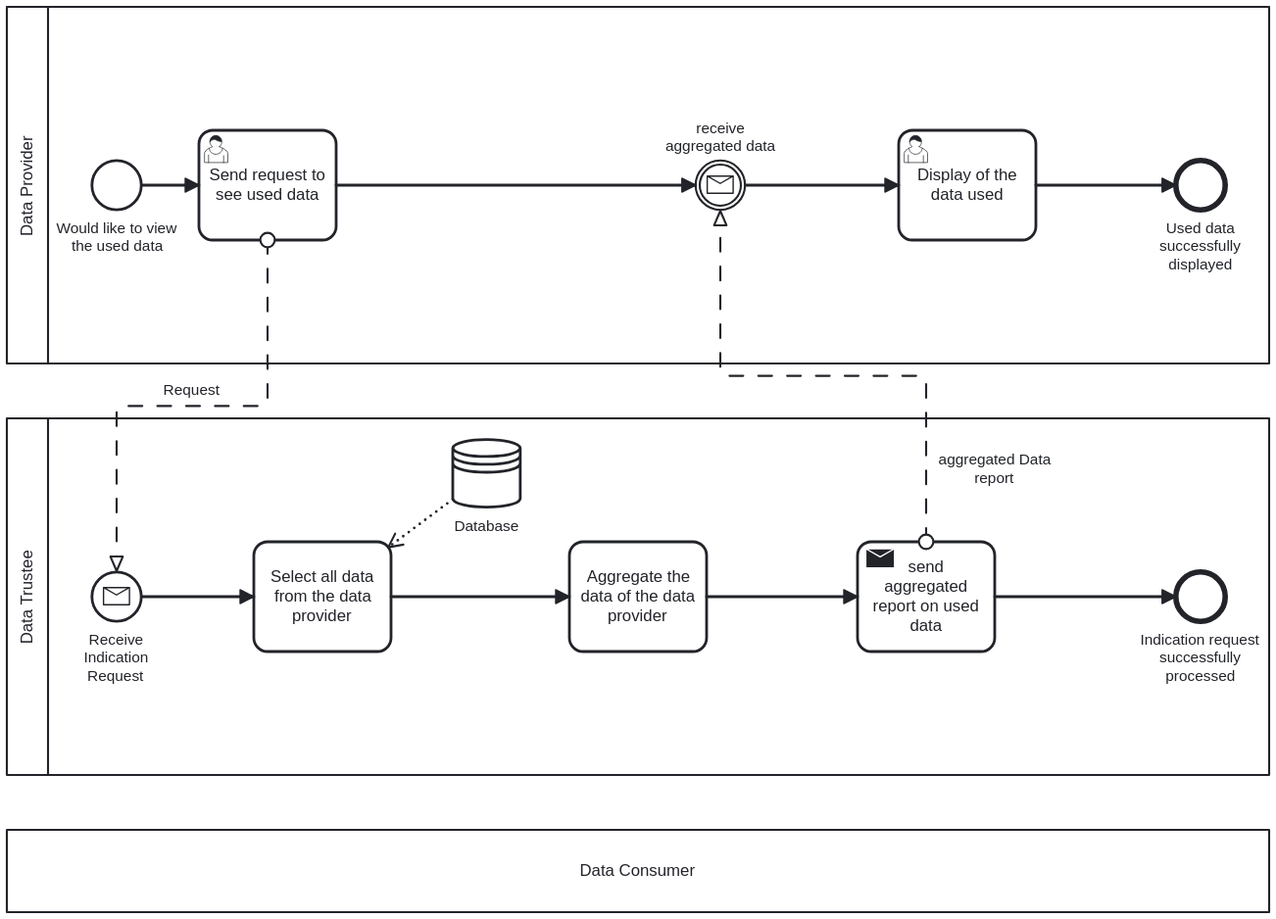
Above: Data Access Transparency/Aggregated_Data_Audit.svg in sacdevops/Process-Patterns-for-Data-Trustees (BPMN), before the change. Its source is kept beside it as Data Access Transparency/Aggregated_Data_Audit.bpmn. Ids are renumbered.
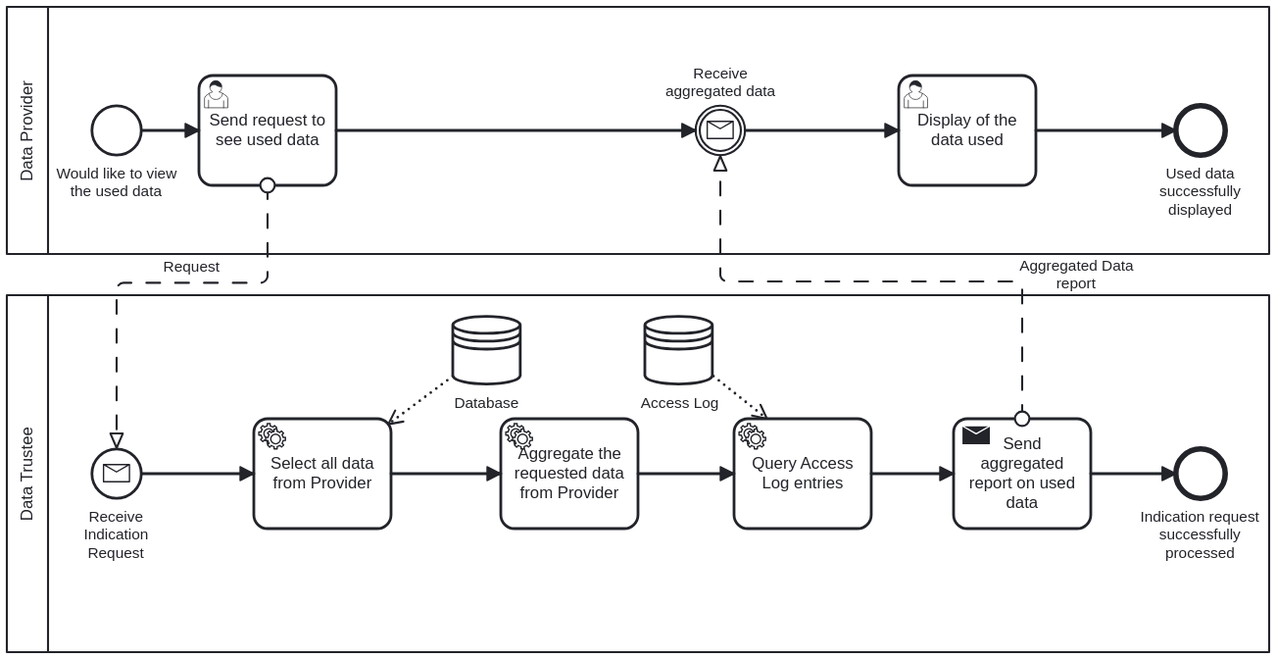
The same diagram one commit later.

What changed in the source:
```diff
@@ -1,13 +1,12 @@
-<bpmn:definitions xmlns:bpmn="http://www.omg.org/spec/BPMN/20100524/MODEL" xmlns:bpmndi="http://www.omg.org/spec/BPMN/20100524/DI" xmlns:dc="http://www.omg.org/spec/DD/20100524/DC" xmlns:zeebe="http://camunda.org/schema/zeebe/1.0" xmlns:di="http://www.omg.org/spec/DD/20100524/DI" xmlns:modeler="http://camunda.org/schema/modeler/1.0" id="Definitions_n1" targetNamespace="http://bpmn.io/schema/bpmn" exporter="Camunda Web Modeler" exporterVersion="9832186" modeler:executionPlatform="Camunda Cloud" modeler:executionPlatformVersion="8.6.0">
+<bpmn:definitions xmlns:bpmn="http://www.omg.org/spec/BPMN/20100524/MODEL" xmlns:bpmndi="http://www.omg.org/spec/BPMN/20100524/DI" xmlns:dc="http://www.omg.org/spec/DD/20100524/DC" xmlns:zeebe="http://camunda.org/schema/zeebe/1.0" xmlns:di="http://www.omg.org/spec/DD/20100524/DI" xmlns:modeler="http://camunda.org/schema/modeler/1.0" id="Definitions_n1" targetNamespace="http://bpmn.io/schema/bpmn" exporter="Camunda Modeler" exporterVersion="5.34.0" modeler:executionPlatform="Camunda Cloud" modeler:executionPlatformVersion="8.6.0">
   <bpmn:collaboration id="Collaboration_n2" name="Data_Audit">
     <bpmn:participant id="Participant_n3" name="Data Provider" processRef="Process_n4" />
     <bpmn:participant id="Participant_n5" name="Data Trustee" processRef="Process_n6" />
-    <bpmn:participant id="Participant_n7" name="Data Consumer" />
     <bpmn:messageFlow id="Flow_n8" name="Request" sourceRef="Activity_n9" targetRef="Event_n10" />
-    <bpmn:messageFlow id="Flow_n11" name="aggregated Data report" sourceRef="Activity_n12" targetRef="Event_n13" />
+    <bpmn:messageFlow id="Flow_n11" name="Aggregated Data report" sourceRef="Activity_n12" targetRef="Event_n13" />
   </bpmn:collaboration>
   <bpmn:process id="Process_n4" isExecutable="true">
-    <bpmn:intermediateCatchEvent id="Event_n13" name="receive aggregated data">
+    <bpmn:intermediateCatchEvent id="Event_n13" name="Receive aggregated data">
       <bpmn:incoming>Flow_n14</bpmn:incoming>
       <bpmn:outgoing>Flow_n15</bpmn:outgoing>
       <bpmn:messageEventDefinition id="MessageEventDefinition_n16" />
@@ -46,148 +45,174 @@
     <bpmn:endEvent id="Event_n25" name="Indication request successfully processed">
       <bpmn:incoming>Flow_n26</bpmn:incoming>
     </bpmn:endEvent>
-    <bpmn:sequenceFlow id="Flow_n27" sourceRef="Activity_n28" targetRef="Activity_n29" />
-    <bpmn:sequenceFlow id="Flow_n30" sourceRef="Activity_n29" targetRef="Activity_n12" />
     <bpmn:sequenceFlow id="Flow_n23" sourceRef="Event_n10" targetRef="Activity_n28" />
     <bpmn:sequenceFlow id="Flow_n26" sourceRef="Activity_n12" targetRef="Event_n25" />
-    <bpmn:sendTask id="Activity_n12" name="send aggregated report on used data">
-      <bpmn:incoming>Flow_n30</bpmn:incoming>
+    <bpmn:sequenceFlow id="Flow_n30" sourceRef="Activity_n29" targetRef="Activity_n35" />
+    <bpmn:sequenceFlow id="Flow_n27" sourceRef="Activity_n28" targetRef="Activity_n29" />
+    <bpmn:serviceTask id="Activity_n28" name="Select all data from Provider">
+      <bpmn:incoming>Flow_n23</bpmn:incoming>
+      <bpmn:outgoing>Flow_n27</bpmn:outgoing>
+      <bpmn:property id="Property_n36" name="__targetRef_placeholder" />
+      <bpmn:dataInputAssociation id="DataInputAssociation_n32">
+        <bpmn:sourceRef>DataStoreReference_n22</bpmn:sourceRef>
+        <bpmn:targetRef>Property_n36</bpmn:targetRef>
+      </bpmn:dataInputAssociation>
+    </bpmn:serviceTask>
+    <bpmn:serviceTask id="Activity_n29" name="Aggregate the requested data from Provider">
+      <bpmn:incoming>Flow_n27</bpmn:incoming>
+      <bpmn:outgoing>Flow_n30</bpmn:outgoing>
+    </bpmn:serviceTask>
+    <bpmn:sendTask id="Activity_n12" name="Send aggregated report on used data">
+      <bpmn:incoming>Flow_n37</bpmn:incoming>
       <bpmn:outgoing>Flow_n26</bpmn:outgoing>
     </bpmn:sendTask>
-    <bpmn:task id="Activity_n29" name="Aggregate the data of the data provider">
-      <bpmn:incoming>Flow_n27</bpmn:incoming>
-      <bpmn:outgoing>Flow_n30</bpmn:outgoing>
-    </bpmn:task>
-    <bpmn:task id="Activity_n28" name="Select all data from the data provider">
-      <bpmn:incoming>Flow_n23</bpmn:incoming>
-      <bpmn:outgoing>Flow_n27</bpmn:outgoing>
-      <bpmn:property id="Property_n31" name="__targetRef_placeholder" />
-      <bpmn:dataInputAssociation id="DataInputAssociation_n32">
-        <bpmn:sourceRef>DataStoreReference_n22</bpmn:sourceRef>
-        <bpmn:targetRef>Property_n31</bpmn:targetRef>
+    <bpmn:sequenceFlow id="Flow_n37" sourceRef="Activity_n35" targetRef="Activity_n12" />
+    <bpmn:serviceTask id="Activity_n35" name="Query Access Log entries">
+      <bpmn:incoming>Flow_n30</bpmn:incoming>
+      <bpmn:outgoing>Flow_n37</bpmn:outgoing>
+      <bpmn:property id="Property_n38" name="__targetRef_placeholder" />
+      <bpmn:dataInputAssociation id="DataInputAssociation_n39">
+        <bpmn:sourceRef>DataStoreReference_n40</bpmn:sourceRef>
+        <bpmn:targetRef>Property_n38</bpmn:targetRef>
       </bpmn:dataInputAssociation>
-    </bpmn:task>
+    </bpmn:serviceTask>
+    <bpmn:dataStoreReference id="DataStoreReference_n40" name="Access Log" />
   </bpmn:process>
   <bpmndi:BPMNDiagram id="BPMNDiagram_1">
     <bpmndi:BPMNPlane id="BPMNPlane_1" bpmnElement="Collaboration_n2">
       <bpmndi:BPMNShape id="BPMNShape_n33" bpmnElement="Participant_n3" isHorizontal="true">
-        <dc:Bounds x="160" y="80" width="920" height="260" />
+        <dc:Bounds x="160" y="80" width="920" height="180" />
         <bpmndi:BPMNLabel />
       </bpmndi:BPMNShape>
       <bpmndi:BPMNShape id="Event_0oufotc_di" bpmnElement="Event_n13">
-        <dc:Bounds x="662" y="192" width="36" height="36" />
+        <dc:Bounds x="662" y="152" width="36" height="36" />
         <bpmndi:BPMNLabel>
-          <dc:Bounds x="640" y="162" width="81" height="27" />
+          <dc:Bounds x="640" y="122" width="81" height="27" />
         </bpmndi:BPMNLabel>
       </bpmndi:BPMNShape>
       <bpmndi:BPMNShape id="Event_n17_di" bpmnElement="Event_n17">
-        <dc:Bounds x="1012" y="192" width="36" height="36" />
+        <dc:Bounds x="1012" y="152" width="36" height="36" />
         <bpmndi:BPMNLabel>
-          <dc:Bounds x="1000" y="235" width="60" height="40" />
+          <dc:Bounds x="1000" y="195" width="60" height="40" />
         </bpmndi:BPMNLabel>
       </bpmndi:BPMNShape>
       <bpmndi:BPMNShape id="Activity_1f3mnaf_di" bpmnElement="Activity_n9">
-        <dc:Bounds x="300" y="170" width="100" height="80" />
+        <dc:Bounds x="300" y="130" width="100" height="80" />
         <bpmndi:BPMNLabel />
       </bpmndi:BPMNShape>
       <bpmndi:BPMNShape id="Activity_05fj3qb_di" bpmnElement="Activity_n20">
-        <dc:Bounds x="810" y="170" width="100" height="80" />
+        <dc:Bounds x="810" y="130" width="100" height="80" />
       </bpmndi:BPMNShape>
       <bpmndi:BPMNShape id="Event_n21_di" bpmnElement="Event_n21">
-        <dc:Bounds x="222" y="192" width="36" height="36" />
+        <dc:Bounds x="222" y="152" width="36" height="36" />
         <bpmndi:BPMNLabel>
-          <dc:Bounds x="196" y="235" width="88" height="27" />
+          <dc:Bounds x="196" y="195" width="88" height="27" />
         </bpmndi:BPMNLabel>
       </bpmndi:BPMNShape>
       <bpmndi:BPMNEdge id="Flow_n14_di" bpmnElement="Flow_n14">
-        <di:waypoint x="400" y="210" />
-        <di:waypoint x="662" y="210" />
+        <di:waypoint x="400" y="170" />
+        <di:waypoint x="662" y="170" />
       </bpmndi:BPMNEdge>
       <bpmndi:BPMNEdge id="Flow_n15_di" bpmnElement="Flow_n15">
-        <di:waypoint x="698" y="210" />
-        <di:waypoint x="810" y="210" />
+        <di:waypoint x="698" y="170" />
+        <di:waypoint x="810" y="170" />
       </bpmndi:BPMNEdge>
       <bpmndi:BPMNEdge id="Flow_n18_di" bpmnElement="Flow_n18">
-        <di:waypoint x="910" y="210" />
-        <di:waypoint x="1012" y="210" />
+        <di:waypoint x="910" y="170" />
+        <di:waypoint x="1012" y="170" />
       </bpmndi:BPMNEdge>
       <bpmndi:BPMNEdge id="Flow_n19_di" bpmnElement="Flow_n19">
-        <di:waypoint x="258" y="210" />
-        <di:waypoint x="300" y="210" />
+        <di:waypoint x="258" y="170" />
+        <di:waypoint x="300" y="170" />
       </bpmndi:BPMNEdge>
       <bpmndi:BPMNShape id="BPMNShape_n34" bpmnElement="Participant_n5" isHorizontal="true">
-        <dc:Bounds x="160" y="380" width="920" height="260" />
+        <dc:Bounds x="160" y="290" width="920" height="260" />
         <bpmndi:BPMNLabel />
       </bpmndi:BPMNShape>
       <bpmndi:BPMNShape id="DataStoreReference_n22_di" bpmnElement="DataStoreReference_n22">
-        <dc:Bounds x="485" y="395" width="50" height="50" />
+        <dc:Bounds x="485" y="305" width="50" height="50" />
         <bpmndi:BPMNLabel>
-          <dc:Bounds x="486" y="452" width="48" height="14" />
+          <dc:Bounds x="486" y="362" width="48" height="14" />
         </bpmndi:BPMNLabel>
       </bpmndi:BPMNShape>
       <bpmndi:BPMNShape id="Event_1w4z1tp_di" bpmnElement="Event_n10">
-        <dc:Bounds x="222" y="492" width="36" height="36" />
+        <dc:Bounds x="222" y="402" width="36" height="36" />
         <bpmndi:BPMNLabel>
-          <dc:Bounds x="216" y="535" width="48" height="40" />
+          <dc:Bounds x="216" y="445" width="48" height="40" />
         </bpmndi:BPMNLabel>
       </bpmndi:BPMNShape>
       <bpmndi:BPMNShape id="Event_n25_di" bpmnElement="Event_n25">
-        <dc:Bounds x="1012" y="492" width="36" height="36" />
+        <dc:Bounds x="1012" y="402" width="36" height="36" />
         <bpmndi:BPMNLabel>
-          <dc:Bounds x="986" y="535" width="88" height="40" />
+          <dc:Bounds x="986" y="445" width="88" height="40" />
         </bpmndi:BPMNLabel>
       </bpmndi:BPMNShape>
-      <bpmndi:BPMNShape id="Activity_03402g7_di" bpmnElement="Activity_n12">
-        <dc:Bounds x="780" y="470" width="100" height="80" />
-      </bpmndi:BPMNShape>
-      <bpmndi:BPMNShape id="Activity_n29_di" bpmnElement="Activity_n29">
-        <dc:Bounds x="570" y="470" width="100" height="80" />
+      <bpmndi:BPMNShape id="Activity_0b0wswy_di" bpmnElement="Activity_n28">
+        <dc:Bounds x="340" y="380" width="100" height="80" />
         <bpmndi:BPMNLabel />
       </bpmndi:BPMNShape>
-      <bpmndi:BPMNShape id="Activity_n28_di" bpmnElement="Activity_n28">
-        <dc:Bounds x="340" y="470" width="100" height="80" />
+      <bpmndi:BPMNShape id="Activity_0y4ofzk_di" bpmnElement="Activity_n29">
+        <dc:Bounds x="520" y="380" width="100" height="80" />
         <bpmndi:BPMNLabel />
       </bpmndi:BPMNShape>
-      <bpmndi:BPMNEdge id="Flow_n27_di" bpmnElement="Flow_n27">
-        <di:waypoint x="440" y="510" />
-        <di:waypoint x="570" y="510" />
+      <bpmndi:BPMNShape id="Activity_03402g7_di" bpmnElement="Activity_n12">
+        <dc:Bounds x="850" y="380" width="100" height="80" />
+        <bpmndi:BPMNLabel />
+      </bpmndi:BPMNShape>
+      <bpmndi:BPMNShape id="Activity_0js90o6_di" bpmnElement="Activity_n35">
+        <dc:Bounds x="690" y="380" width="100" height="80" />
+      </bpmndi:BPMNShape>
+      <bpmndi:BPMNShape id="DataStoreReference_n40_di" bpmnElement="DataStoreReference_n40">
+        <dc:Bounds x="625" y="305" width="50" height="50" />
+        <bpmndi:BPMNLabel>
+          <dc:Bounds x="622" y="362" width="57" height="14" />
+        </bpmndi:BPMNLabel>
+      </bpmndi:BPMNShape>
+      <bpmndi:BPMNEdge id="Flow_n23_di" bpmnElement="Flow_n23">
+        <di:waypoint x="258" y="420" />
+        <di:waypoint x="340" y="420" />
+      </bpmndi:BPMNEdge>
+      <bpmndi:BPMNEdge id="Flow_n26_di" bpmnElement="Flow_n26">
+        <di:waypoint x="950" y="420" />
+        <di:waypoint x="1012" y="420" />
       </bpmndi:BPMNEdge>
       <bpmndi:BPMNEdge id="Flow_n30_di" bpmnElement="Flow_n30">
-        <di:waypoint x="670" y="510" />
-        <di:waypoint x="780" y="510" />
+        <di:waypoint x="620" y="420" />
+        <di:waypoint x="690" y="420" />
       </bpmndi:BPMNEdge>
-      <bpmndi:BPMNEdge id="Flow_n23_di" bpmnElement="Flow_n23">
-        <di:waypoint x="258" y="510" />
-        <di:waypoint x="340" y="510" />
+      <bpmndi:BPMNEdge id="Flow_n27_di" bpmnElement="Flow_n27">
+        <di:waypoint x="440" y="420" />
+        <di:waypoint x="520" y="420" />
       </bpmndi:BPMNEdge>
-      <bpmndi:BPMNEdge id="Flow_n26_di" bpmnElement="Flow_n26">
-        <di:waypoint x="880" y="510" />
-        <di:waypoint x="1012" y="510" />
+      <bpmndi:BPMNEdge id="Flow_n37_di" bpmnElement="Flow_n37">
+        <di:waypoint x="790" y="420" />
+        <di:waypoint x="850" y="420" />
       </bpmndi:BPMNEdge>
-      <bpmndi:BPMNShape id="Participant_0ys4h3z_di" bpmnElement="Participant_n7" isHorizontal="true">
-        <dc:Bounds x="160" y="680" width="920" height="60" />
-      </bpmndi:BPMNShape>
       <bpmndi:BPMNEdge id="DataInputAssociation_n32_di" bpmnElement="DataInputAssociation_n32">
-        <di:waypoint x="485" y="439" />
-        <di:waypoint x="438" y="474" />
+        <di:waypoint x="485" y="349" />
+        <di:waypoint x="438" y="384" />
       </bpmndi:BPMNEdge>
       <bpmndi:BPMNEdge id="Flow_n8_di" bpmnElement="Flow_n8">
-        <di:waypoint x="350" y="250" />
-        <di:waypoint x="350" y="371" />
-        <di:waypoint x="240" y="371" />
-        <di:waypoint x="240" y="492" />
+        <di:waypoint x="350" y="210" />
+        <di:waypoint x="350" y="281" />
+        <di:waypoint x="240" y="281" />
+        <di:waypoint x="240" y="402" />
         <bpmndi:BPMNLabel>
-          <dc:Bounds x="274" y="353" width="42" height="14" />
+          <dc:Bounds x="274" y="263" width="42" height="14" />
         </bpmndi:BPMNLabel>
       </bpmndi:BPMNEdge>
       <bpmndi:BPMNEdge id="Flow_n11_di" bpmnElement="Flow_n11">
-        <di:waypoint x="830" y="470" />
-        <di:waypoint x="830" y="349" />
-        <di:waypoint x="680" y="349" />
-        <di:waypoint x="680" y="228" />
+        <di:waypoint x="900" y="380" />
+        <di:waypoint x="900" y="280" />
+        <di:waypoint x="680" y="280" />
+        <di:waypoint x="680" y="188" />
         <bpmndi:BPMNLabel>
-          <dc:Bounds x="839" y="404" width="82" height="27" />
+          <dc:Bounds x="898" y="262" width="83" height="27" />
         </bpmndi:BPMNLabel>
+      </bpmndi:BPMNEdge>
+      <bpmndi:BPMNEdge id="DataInputAssociation_n39_di" bpmnElement="DataInputAssociation_n39">
+        <di:waypoint x="675" y="349" />
+        <di:waypoint x="714" y="380" />
       </bpmndi:BPMNEdge>
     </bpmndi:BPMNPlane>
   </bpmndi:BPMNDiagram>
```
